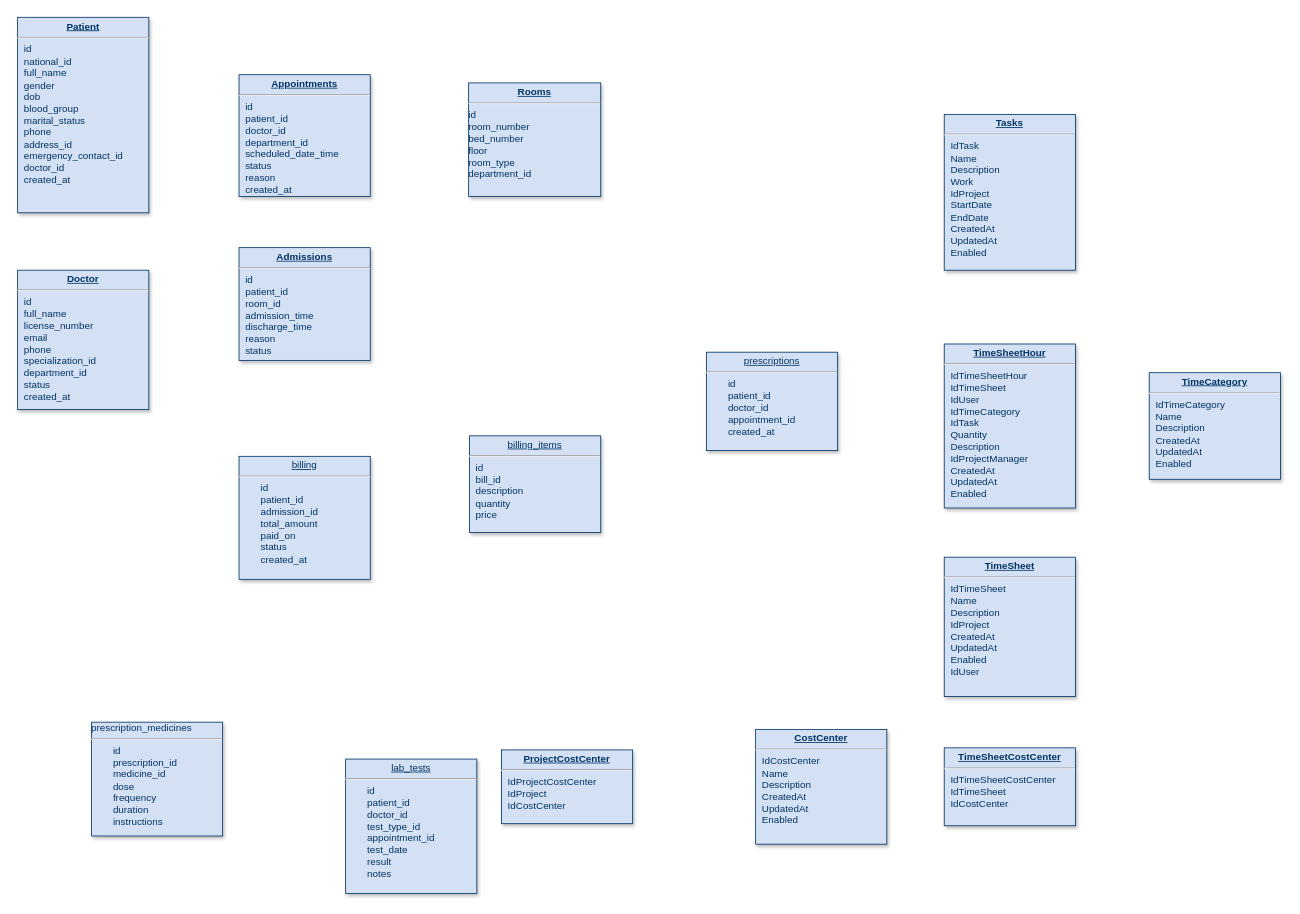
Above: Untitled Diagram.drawio in fiafghan/emr-backend-laravel (draw.io), before the change. Source tidied: cells renumbered, new cells numbered last; positions are measured from the earlier drawing's top-left corner, leaving out a move shared by most shapes. Both pictures are drawn from the tidied source at 82%, with x=0, y=0 at pixel (17, 17).
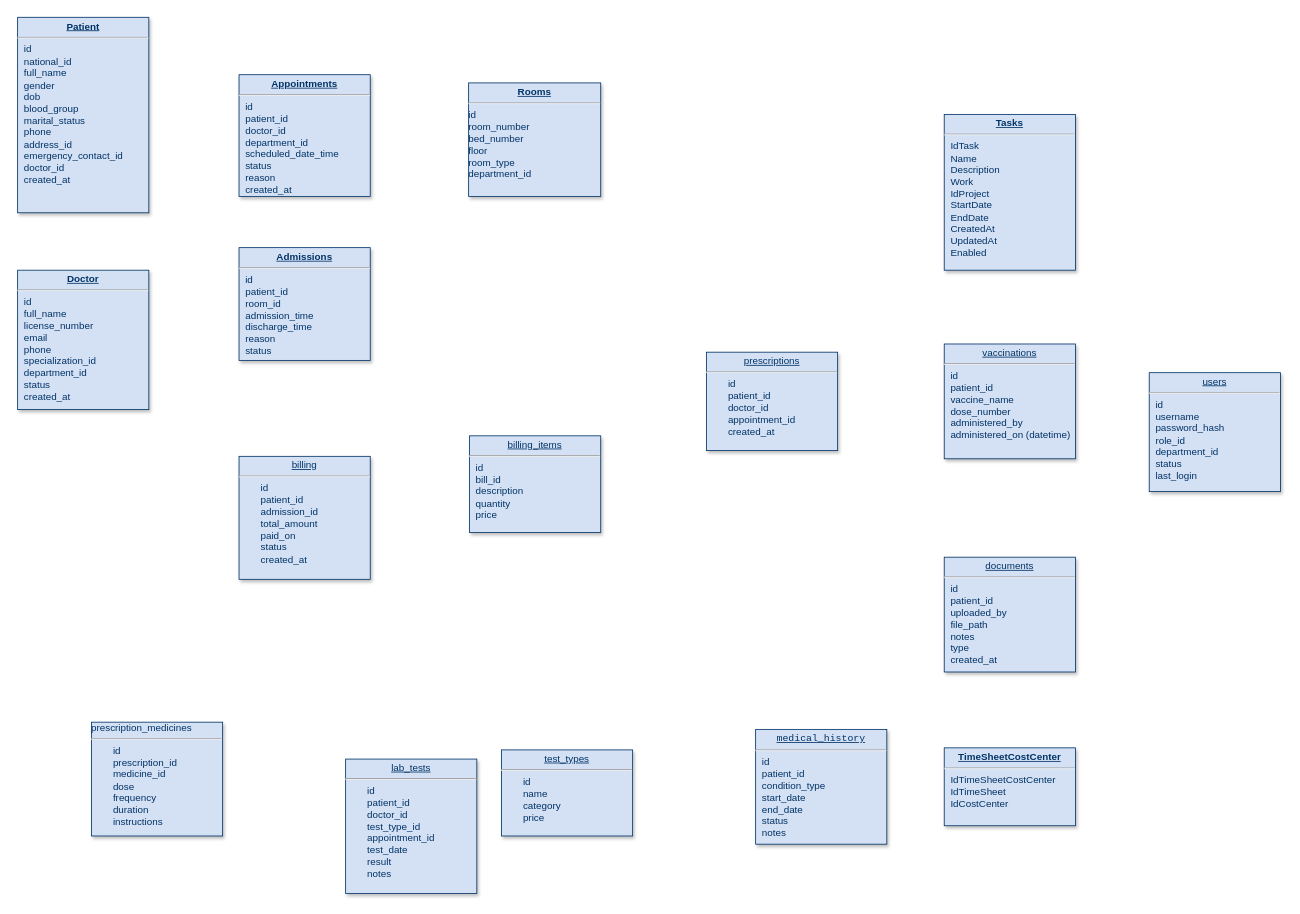
Above is the later version.

The edit, as a diff of the source:
```diff
@@
 <mxGraphModel>
   <root>
     <mxCell id="0" />
     <mxCell id="1" parent="0" />
     <mxCell id="2" value="&lt;p style=&quot;margin: 4px 0px 0px; text-align: center; text-decoration: underline;&quot;&gt;&lt;strong&gt;Appointments&lt;br&gt;&lt;/strong&gt;&lt;/p&gt;&lt;hr&gt;&lt;p style=&quot;margin: 0px; margin-left: 8px;&quot;&gt;id&lt;/p&gt;&lt;p style=&quot;margin: 0px; margin-left: 8px;&quot;&gt;patient_id&lt;/p&gt;&lt;p style=&quot;margin: 0px; margin-left: 8px;&quot;&gt;doctor_id&lt;/p&gt;&lt;p style=&quot;margin: 0px; margin-left: 8px;&quot;&gt;department_id&lt;/p&gt;&lt;p style=&quot;margin: 0px; margin-left: 8px;&quot;&gt;scheduled_date_time&lt;/p&gt;&lt;p style=&quot;margin: 0px; margin-left: 8px;&quot;&gt;status&lt;/p&gt;&lt;p style=&quot;margin: 0px; margin-left: 8px;&quot;&gt;reason&lt;/p&gt;&lt;p style=&quot;margin: 0px; margin-left: 8px;&quot;&gt;created_at&lt;br&gt;&lt;/p&gt;" style="verticalAlign=top;align=left;overflow=fill;fontSize=12;fontFamily=Helvetica;html=1;strokeColor=#003366;shadow=1;fillColor=#D4E1F5;fontColor=#003366;" parent="1" vertex="1">
       <mxGeometry x="270" y="69.6" width="160" height="148.4" as="geometry" />
     </mxCell>
     <mxCell id="3" value="&lt;p style=&quot;margin: 4px 0px 0px; text-align: center; text-decoration: underline;&quot;&gt;&lt;strong&gt;Admissions&lt;br&gt;&lt;/strong&gt;&lt;/p&gt;&lt;hr&gt;&lt;p style=&quot;margin: 0px; margin-left: 8px;&quot;&gt;id&lt;/p&gt;&lt;p style=&quot;margin: 0px; margin-left: 8px;&quot;&gt;patient_id&lt;/p&gt;&lt;p style=&quot;margin: 0px; margin-left: 8px;&quot;&gt;room_id&lt;/p&gt;&lt;p style=&quot;margin: 0px; margin-left: 8px;&quot;&gt;admission_time&lt;/p&gt;&lt;p style=&quot;margin: 0px; margin-left: 8px;&quot;&gt;discharge_time&lt;/p&gt;&lt;p style=&quot;margin: 0px; margin-left: 8px;&quot;&gt;reason&lt;/p&gt;&lt;p style=&quot;margin: 0px; margin-left: 8px;&quot;&gt;status&lt;br&gt;&lt;/p&gt;" style="verticalAlign=top;align=left;overflow=fill;fontSize=12;fontFamily=Helvetica;html=1;strokeColor=#003366;shadow=1;fillColor=#D4E1F5;fontColor=#003366;" parent="1" vertex="1">
       <mxGeometry x="270" y="280.5" width="160" height="137.5" as="geometry" />
     </mxCell>
     <mxCell id="4" value="&lt;p style=&quot;margin: 4px 0px 0px; text-align: center; text-decoration: underline;&quot;&gt;&lt;strong&gt;Doctor&lt;br&gt;&lt;/strong&gt;&lt;/p&gt;&lt;hr&gt;&lt;p style=&quot;margin: 0px; margin-left: 8px;&quot;&gt;id&lt;/p&gt;&lt;p style=&quot;margin: 0px; margin-left: 8px;&quot;&gt;full_name&lt;/p&gt;&lt;p style=&quot;margin: 0px; margin-left: 8px;&quot;&gt;license_number&lt;/p&gt;&lt;p style=&quot;margin: 0px; margin-left: 8px;&quot;&gt;email&lt;/p&gt;&lt;p style=&quot;margin: 0px; margin-left: 8px;&quot;&gt;phone&lt;/p&gt;&lt;p style=&quot;margin: 0px; margin-left: 8px;&quot;&gt;specialization_id&lt;/p&gt;&lt;p style=&quot;margin: 0px; margin-left: 8px;&quot;&gt;department_id&lt;/p&gt;&lt;p style=&quot;margin: 0px; margin-left: 8px;&quot;&gt;status&lt;/p&gt;&lt;p style=&quot;margin: 0px; margin-left: 8px;&quot;&gt;created_at&lt;br&gt;&lt;/p&gt;" style="verticalAlign=top;align=left;overflow=fill;fontSize=12;fontFamily=Helvetica;html=1;strokeColor=#003366;shadow=1;fillColor=#D4E1F5;fontColor=#003366;" parent="1" vertex="1">
       <mxGeometry y="308" width="160" height="170" as="geometry" />
     </mxCell>
     <mxCell id="5" value="&lt;p style=&quot;margin: 4px 0px 0px; text-align: center; text-decoration: underline;&quot;&gt;prescriptions&lt;/p&gt;&lt;hr&gt;&lt;div&gt;&lt;span style=&quot;white-space: pre;&quot;&gt;&#9;&lt;/span&gt;id&lt;/div&gt;&lt;div&gt;&lt;span style=&quot;white-space: pre;&quot;&gt;&#9;&lt;/span&gt;patient_id&lt;/div&gt;&lt;div&gt;&lt;span style=&quot;white-space: pre;&quot;&gt;&#9;&lt;/span&gt;doctor_id&lt;/div&gt;&lt;div&gt;&lt;span style=&quot;white-space: pre;&quot;&gt;&#9;&lt;/span&gt;appointment_id&lt;/div&gt;&lt;div&gt;&lt;span style=&quot;white-space: pre;&quot;&gt;&#9;&lt;/span&gt;created_at&lt;/div&gt;" style="verticalAlign=top;align=left;overflow=fill;fontSize=12;fontFamily=Helvetica;html=1;strokeColor=#003366;shadow=1;fillColor=#D4E1F5;fontColor=#003366;" parent="1" vertex="1">
       <mxGeometry x="840" y="408" width="160" height="120" as="geometry" />
     </mxCell>
     <mxCell id="6" value="&lt;p style=&quot;margin: 4px 0px 0px; text-align: center; text-decoration: underline;&quot;&gt;&lt;strong&gt;Rooms&lt;/strong&gt;&lt;/p&gt;&lt;hr&gt;&lt;div&gt;id&lt;/div&gt;&lt;div&gt;room_number&lt;/div&gt;&lt;div&gt;bed_number&lt;/div&gt;&lt;div&gt;floor&lt;/div&gt;&lt;div&gt;room_type&lt;/div&gt;&lt;div&gt;department_id&lt;br&gt;&lt;/div&gt;" style="verticalAlign=top;align=left;overflow=fill;fontSize=12;fontFamily=Helvetica;html=1;strokeColor=#003366;shadow=1;fillColor=#D4E1F5;fontColor=#003366;" parent="1" vertex="1">
       <mxGeometry x="550" y="79.6" width="161.1" height="138.4" as="geometry" />
     </mxCell>
     <mxCell id="7" value="&lt;p style=&quot;margin: 4px 0px 0px; text-align: center; text-decoration: underline;&quot;&gt;billing&lt;/p&gt;&lt;hr&gt;&lt;div&gt;&lt;span style=&quot;white-space: pre;&quot;&gt;&#9;&lt;/span&gt;id&lt;/div&gt;&lt;div&gt;&lt;span style=&quot;white-space: pre;&quot;&gt;&#9;&lt;/span&gt;patient_id&lt;/div&gt;&lt;div&gt;&lt;span style=&quot;white-space: pre;&quot;&gt;&#9;&lt;/span&gt;admission_id&lt;/div&gt;&lt;div&gt;&lt;span style=&quot;white-space: pre;&quot;&gt;&#9;&lt;/span&gt;total_amount&lt;/div&gt;&lt;div&gt;&lt;span style=&quot;white-space: pre;&quot;&gt;&#9;&lt;/span&gt;paid_on&lt;/div&gt;&lt;div&gt;&lt;span style=&quot;white-space: pre;&quot;&gt;&#9;&lt;/span&gt;status&lt;/div&gt;&lt;div&gt;&lt;span style=&quot;white-space: pre;&quot;&gt;&#9;&lt;/span&gt;created_at&lt;/div&gt;" style="verticalAlign=top;align=left;overflow=fill;fontSize=12;fontFamily=Helvetica;html=1;strokeColor=#003366;shadow=1;fillColor=#D4E1F5;fontColor=#003366;" parent="1" vertex="1">
       <mxGeometry x="270" y="535" width="160" height="150" as="geometry" />
     </mxCell>
     <mxCell id="8" value="&lt;p style=&quot;margin: 4px 0px 0px; text-align: center; text-decoration: underline;&quot;&gt;&lt;strong&gt;Patient&lt;br&gt;&lt;/strong&gt;&lt;/p&gt;&lt;hr&gt;&lt;p style=&quot;margin: 0px; margin-left: 8px;&quot;&gt;id&lt;span style=&quot;white-space: pre;&quot;&gt;&#9;&lt;/span&gt;&lt;br&gt;&lt;/p&gt;&lt;p style=&quot;margin: 0px; margin-left: 8px;&quot;&gt;national_id&lt;br&gt;&lt;/p&gt;&lt;p style=&quot;margin: 0px; margin-left: 8px;&quot;&gt;full_name&lt;br&gt;&lt;/p&gt;&lt;p style=&quot;margin: 0px; margin-left: 8px;&quot;&gt;gender&lt;br&gt;&lt;/p&gt;&lt;p style=&quot;margin: 0px; margin-left: 8px;&quot;&gt;dob&lt;br&gt;&lt;/p&gt;&lt;p style=&quot;margin: 0px; margin-left: 8px;&quot;&gt;blood_group&lt;br&gt;&lt;/p&gt;&lt;p style=&quot;margin: 0px; margin-left: 8px;&quot;&gt;marital_status&lt;br&gt;&lt;/p&gt;&lt;p style=&quot;margin: 0px; margin-left: 8px;&quot;&gt;phone&lt;/p&gt;&lt;p style=&quot;margin: 0px; margin-left: 8px;&quot;&gt;address_id&lt;/p&gt;&lt;p style=&quot;margin: 0px; margin-left: 8px;&quot;&gt;emergency_contact_id&lt;/p&gt;&lt;p style=&quot;margin: 0px; margin-left: 8px;&quot;&gt;doctor_id&lt;/p&gt;&lt;p style=&quot;margin: 0px; margin-left: 8px;&quot;&gt;created_at&lt;br&gt;&lt;/p&gt;" style="verticalAlign=top;align=left;overflow=fill;fontSize=12;fontFamily=Helvetica;html=1;strokeColor=#003366;shadow=1;fillColor=#D4E1F5;fontColor=#003366;" parent="1" vertex="1">
       <mxGeometry y="-0.4" width="160" height="238.4" as="geometry" />
     </mxCell>
-    <mxCell id="9" value="&lt;p style=&quot;margin: 0px; margin-top: 4px; text-align: center; text-decoration: underline;&quot;&gt;&lt;strong&gt;TimeSheet&lt;/strong&gt;&lt;/p&gt;&lt;hr /&gt;&lt;p style=&quot;margin: 0px; margin-left: 8px;&quot;&gt;IdTimeSheet&lt;/p&gt;&lt;p style=&quot;margin: 0px; margin-left: 8px;&quot;&gt;Name&lt;/p&gt;&lt;p style=&quot;margin: 0px; margin-left: 8px;&quot;&gt;Description&lt;/p&gt;&lt;p style=&quot;margin: 0px; margin-left: 8px;&quot;&gt;IdProject&lt;/p&gt;&lt;p style=&quot;margin: 0px; margin-left: 8px;&quot;&gt;CreatedAt&lt;/p&gt;&lt;p style=&quot;margin: 0px; margin-left: 8px;&quot;&gt;UpdatedAt&lt;/p&gt;&lt;p style=&quot;margin: 0px; margin-left: 8px;&quot;&gt;Enabled&lt;/p&gt;&lt;p style=&quot;margin: 0px; margin-left: 8px;&quot;&gt;IdUser&lt;/p&gt;" style="verticalAlign=top;align=left;overflow=fill;fontSize=12;fontFamily=Helvetica;html=1;strokeColor=#003366;shadow=1;fillColor=#D4E1F5;fontColor=#003366;" parent="1" vertex="1">
-      <mxGeometry x="1130" y="658" width="160" height="170" as="geometry" />
+    <mxCell id="9" value="&lt;p style=&quot;margin: 4px 0px 0px; text-align: center; text-decoration: underline;&quot;&gt;documents&lt;/p&gt;&lt;hr&gt;&lt;p style=&quot;margin: 0px; margin-left: 8px;&quot;&gt;id&lt;/p&gt;&lt;p style=&quot;margin: 0px; margin-left: 8px;&quot;&gt;patient_id&lt;/p&gt;&lt;p style=&quot;margin: 0px; margin-left: 8px;&quot;&gt;uploaded_by&lt;/p&gt;&lt;p style=&quot;margin: 0px; margin-left: 8px;&quot;&gt;file_path&lt;br&gt;notes&lt;/p&gt;&lt;p style=&quot;margin: 0px; margin-left: 8px;&quot;&gt;type&lt;/p&gt;&lt;p style=&quot;margin: 0px; margin-left: 8px;&quot;&gt;created_at&lt;/p&gt;" style="verticalAlign=top;align=left;overflow=fill;fontSize=12;fontFamily=Helvetica;html=1;strokeColor=#003366;shadow=1;fillColor=#D4E1F5;fontColor=#003366;" parent="1" vertex="1">
+      <mxGeometry x="1130" y="658" width="160" height="140" as="geometry" />
     </mxCell>
-    <mxCell id="10" value="&lt;p style=&quot;margin: 0px; margin-top: 4px; text-align: center; text-decoration: underline;&quot;&gt;&lt;strong&gt;TimeSheetHour&lt;/strong&gt;&lt;/p&gt;&lt;hr /&gt;&lt;p style=&quot;margin: 0px; margin-left: 8px;&quot;&gt;IdTimeSheetHour&lt;br /&gt;IdTimeSheet&lt;/p&gt;&lt;p style=&quot;margin: 0px; margin-left: 8px;&quot;&gt;IdUser&lt;/p&gt;&lt;p style=&quot;margin: 0px; margin-left: 8px;&quot;&gt;IdTimeCategory&lt;/p&gt;&lt;p style=&quot;margin: 0px; margin-left: 8px;&quot;&gt;IdTask&lt;/p&gt;&lt;p style=&quot;margin: 0px; margin-left: 8px;&quot;&gt;Quantity&lt;/p&gt;&lt;p style=&quot;margin: 0px; margin-left: 8px;&quot;&gt;Description&lt;/p&gt;&lt;p style=&quot;margin: 0px; margin-left: 8px;&quot;&gt;IdProjectManager&lt;/p&gt;&lt;p style=&quot;margin: 0px; margin-left: 8px;&quot;&gt;CreatedAt&lt;/p&gt;&lt;p style=&quot;margin: 0px; margin-left: 8px;&quot;&gt;UpdatedAt&lt;/p&gt;&lt;p style=&quot;margin: 0px; margin-left: 8px;&quot;&gt;Enabled&lt;/p&gt;" style="verticalAlign=top;align=left;overflow=fill;fontSize=12;fontFamily=Helvetica;html=1;strokeColor=#003366;shadow=1;fillColor=#D4E1F5;fontColor=#003366;" parent="1" vertex="1">
-      <mxGeometry x="1130" y="398" width="160" height="200" as="geometry" />
+    <mxCell id="10" value="&lt;p style=&quot;margin: 4px 0px 0px; text-align: center; text-decoration: underline;&quot;&gt;vaccinations&lt;/p&gt;&lt;hr&gt;&lt;p style=&quot;margin: 0px; margin-left: 8px;&quot;&gt;id&lt;/p&gt;&lt;p style=&quot;margin: 0px; margin-left: 8px;&quot;&gt;patient_id&lt;/p&gt;&lt;p style=&quot;margin: 0px; margin-left: 8px;&quot;&gt;vaccine_name&lt;/p&gt;&lt;p style=&quot;margin: 0px; margin-left: 8px;&quot;&gt;dose_number&lt;/p&gt;&lt;p style=&quot;margin: 0px; margin-left: 8px;&quot;&gt;administered_by&lt;/p&gt;&lt;p style=&quot;margin: 0px; margin-left: 8px;&quot;&gt;administered_on (datetime)&lt;br&gt;&lt;/p&gt;" style="verticalAlign=top;align=left;overflow=fill;fontSize=12;fontFamily=Helvetica;html=1;strokeColor=#003366;shadow=1;fillColor=#D4E1F5;fontColor=#003366;" parent="1" vertex="1">
+      <mxGeometry x="1130" y="398" width="160" height="140" as="geometry" />
     </mxCell>
     <mxCell id="11" value="prescription_medicines&lt;hr&gt;&lt;div&gt;&lt;span style=&quot;white-space: pre;&quot;&gt;&#9;&lt;/span&gt;id&lt;/div&gt;&lt;div&gt;&lt;span style=&quot;white-space: pre;&quot;&gt;&#9;&lt;/span&gt;prescription_id&lt;/div&gt;&lt;div&gt;&lt;span style=&quot;white-space: pre;&quot;&gt;&#9;&lt;/span&gt;medicine_id&lt;/div&gt;&lt;div&gt;&lt;span style=&quot;white-space: pre;&quot;&gt;&#9;&lt;/span&gt;dose&lt;/div&gt;&lt;div&gt;&lt;span style=&quot;white-space: pre;&quot;&gt;&#9;&lt;/span&gt;frequency&lt;/div&gt;&lt;div&gt;&lt;span style=&quot;white-space: pre;&quot;&gt;&#9;&lt;/span&gt;duration&lt;/div&gt;&lt;div&gt;&lt;span style=&quot;white-space: pre;&quot;&gt;&#9;&lt;/span&gt;instructions&lt;/div&gt;" style="verticalAlign=top;align=left;overflow=fill;fontSize=12;fontFamily=Helvetica;html=1;strokeColor=#003366;shadow=1;fillColor=#D4E1F5;fontColor=#003366;" parent="1" vertex="1">
       <mxGeometry x="90" y="859.2" width="160" height="138.8" as="geometry" />
     </mxCell>
     <mxCell id="12" value="&lt;p style=&quot;margin: 4px 0px 0px; text-align: center; text-decoration: underline;&quot;&gt;billing_items&lt;/p&gt;&lt;hr&gt;&lt;p style=&quot;margin: 0px; margin-left: 8px;&quot;&gt;id&lt;/p&gt;&lt;p style=&quot;margin: 0px; margin-left: 8px;&quot;&gt;bill_id&lt;/p&gt;&lt;p style=&quot;margin: 0px; margin-left: 8px;&quot;&gt;description&lt;/p&gt;&lt;p style=&quot;margin: 0px; margin-left: 8px;&quot;&gt;quantity&lt;/p&gt;&lt;p style=&quot;margin: 0px; margin-left: 8px;&quot;&gt;price&lt;/p&gt;" style="verticalAlign=top;align=left;overflow=fill;fontSize=12;fontFamily=Helvetica;html=1;strokeColor=#003366;shadow=1;fillColor=#D4E1F5;fontColor=#003366;" parent="1" vertex="1">
       <mxGeometry x="551.1" y="510" width="160" height="118" as="geometry" />
     </mxCell>
-    <mxCell id="13" value="&lt;p style=&quot;margin: 0px; margin-top: 4px; text-align: center; text-decoration: underline;&quot;&gt;&lt;strong&gt;TimeCategory&lt;/strong&gt;&lt;/p&gt;&lt;hr /&gt;&lt;p style=&quot;margin: 0px; margin-left: 8px;&quot;&gt;IdTimeCategory&lt;/p&gt;&lt;p style=&quot;margin: 0px; margin-left: 8px;&quot;&gt;Name&lt;/p&gt;&lt;p style=&quot;margin: 0px; margin-left: 8px;&quot;&gt;Description&lt;/p&gt;&lt;p style=&quot;margin: 0px; margin-left: 8px;&quot;&gt;CreatedAt&lt;/p&gt;&lt;p style=&quot;margin: 0px; margin-left: 8px;&quot;&gt;UpdatedAt&lt;/p&gt;&lt;p style=&quot;margin: 0px; margin-left: 8px;&quot;&gt;Enabled&lt;/p&gt;" style="verticalAlign=top;align=left;overflow=fill;fontSize=12;fontFamily=Helvetica;html=1;strokeColor=#003366;shadow=1;fillColor=#D4E1F5;fontColor=#003366;" parent="1" vertex="1">
-      <mxGeometry x="1380" y="433" width="160" height="130" as="geometry" />
+    <mxCell id="13" value="&lt;p style=&quot;margin: 4px 0px 0px; text-align: center; text-decoration: underline;&quot;&gt;users&lt;/p&gt;&lt;hr&gt;&lt;p style=&quot;margin: 0px; margin-left: 8px;&quot;&gt;id&lt;/p&gt;&lt;p style=&quot;margin: 0px; margin-left: 8px;&quot;&gt;username&lt;/p&gt;&lt;p style=&quot;margin: 0px; margin-left: 8px;&quot;&gt;password_hash&lt;/p&gt;&lt;p style=&quot;margin: 0px; margin-left: 8px;&quot;&gt;role_id&lt;/p&gt;&lt;p style=&quot;margin: 0px; margin-left: 8px;&quot;&gt;department_id&lt;/p&gt;&lt;p style=&quot;margin: 0px; margin-left: 8px;&quot;&gt;status&lt;/p&gt;&lt;p style=&quot;margin: 0px; margin-left: 8px;&quot;&gt;last_login&lt;/p&gt;" style="verticalAlign=top;align=left;overflow=fill;fontSize=12;fontFamily=Helvetica;html=1;strokeColor=#003366;shadow=1;fillColor=#D4E1F5;fontColor=#003366;" parent="1" vertex="1">
+      <mxGeometry x="1380" y="433" width="160" height="145" as="geometry" />
     </mxCell>
     <mxCell id="14" value="&lt;p style=&quot;margin: 0px; margin-top: 4px; text-align: center; text-decoration: underline;&quot;&gt;&lt;strong&gt;TimeSheetCostCenter&lt;/strong&gt;&lt;/p&gt;&lt;hr /&gt;&lt;p style=&quot;margin: 0px; margin-left: 8px;&quot;&gt;IdTimeSheetCostCenter&lt;/p&gt;&lt;p style=&quot;margin: 0px; margin-left: 8px;&quot;&gt;IdTimeSheet&lt;/p&gt;&lt;p style=&quot;margin: 0px; margin-left: 8px;&quot;&gt;IdCostCenter&lt;/p&gt;" style="verticalAlign=top;align=left;overflow=fill;fontSize=12;fontFamily=Helvetica;html=1;strokeColor=#003366;shadow=1;fillColor=#D4E1F5;fontColor=#003366;" parent="1" vertex="1">
       <mxGeometry x="1130" y="890.5" width="160" height="95" as="geometry" />
     </mxCell>
-    <mxCell id="15" value="&lt;p style=&quot;margin: 0px; margin-top: 4px; text-align: center; text-decoration: underline;&quot;&gt;&lt;strong&gt;CostCenter&lt;/strong&gt;&lt;/p&gt;&lt;hr /&gt;&lt;p style=&quot;margin: 0px; margin-left: 8px;&quot;&gt;IdCostCenter&lt;/p&gt;&lt;p style=&quot;margin: 0px; margin-left: 8px;&quot;&gt;Name&lt;/p&gt;&lt;p style=&quot;margin: 0px; margin-left: 8px;&quot;&gt;Description&lt;/p&gt;&lt;p style=&quot;margin: 0px; margin-left: 8px;&quot;&gt;CreatedAt&lt;/p&gt;&lt;p style=&quot;margin: 0px; margin-left: 8px;&quot;&gt;UpdatedAt&lt;/p&gt;&lt;p style=&quot;margin: 0px; margin-left: 8px;&quot;&gt;Enabled&lt;/p&gt;" style="verticalAlign=top;align=left;overflow=fill;fontSize=12;fontFamily=Helvetica;html=1;strokeColor=#003366;shadow=1;fillColor=#D4E1F5;fontColor=#003366;" parent="1" vertex="1">
+    <mxCell id="15" value="&lt;p style=&quot;margin: 4px 0px 0px; text-align: center; text-decoration: underline;&quot;&gt;&lt;code&gt;medical_history&lt;/code&gt;&lt;/p&gt;&lt;hr&gt;&lt;p style=&quot;margin: 0px; margin-left: 8px;&quot;&gt;id&lt;/p&gt;&lt;p style=&quot;margin: 0px; margin-left: 8px;&quot;&gt;patient_id&lt;/p&gt;&lt;p style=&quot;margin: 0px; margin-left: 8px;&quot;&gt;condition_type&lt;/p&gt;&lt;p style=&quot;margin: 0px; margin-left: 8px;&quot;&gt;start_date&lt;/p&gt;&lt;p style=&quot;margin: 0px; margin-left: 8px;&quot;&gt;end_date&lt;/p&gt;&lt;p style=&quot;margin: 0px; margin-left: 8px;&quot;&gt;status&lt;/p&gt;&lt;p style=&quot;margin: 0px; margin-left: 8px;&quot;&gt;notes&lt;br&gt;&lt;/p&gt;" style="verticalAlign=top;align=left;overflow=fill;fontSize=12;fontFamily=Helvetica;html=1;strokeColor=#003366;shadow=1;fillColor=#D4E1F5;fontColor=#003366;" parent="1" vertex="1">
       <mxGeometry x="900" y="868" width="160" height="140" as="geometry" />
     </mxCell>
-    <mxCell id="16" value="&lt;p style=&quot;margin: 0px; margin-top: 4px; text-align: center; text-decoration: underline;&quot;&gt;&lt;strong&gt;ProjectCostCenter&lt;/strong&gt;&lt;/p&gt;&lt;hr /&gt;&lt;p style=&quot;margin: 0px; margin-left: 8px;&quot;&gt;IdProjectCostCenter&lt;/p&gt;&lt;p style=&quot;margin: 0px; margin-left: 8px;&quot;&gt;IdProject&lt;/p&gt;&lt;p style=&quot;margin: 0px; margin-left: 8px;&quot;&gt;IdCostCenter&lt;/p&gt;" style="verticalAlign=top;align=left;overflow=fill;fontSize=12;fontFamily=Helvetica;html=1;strokeColor=#003366;shadow=1;fillColor=#D4E1F5;fontColor=#003366;" parent="1" vertex="1">
-      <mxGeometry x="590" y="893" width="160" height="90" as="geometry" />
+    <mxCell id="16" value="&lt;p style=&quot;margin: 4px 0px 0px; text-align: center; text-decoration: underline;&quot;&gt;test_types&lt;/p&gt;&lt;hr&gt;&lt;div&gt;&lt;span style=&quot;white-space: pre;&quot;&gt;&#9;&lt;/span&gt;id&lt;/div&gt;&lt;div&gt;&lt;span style=&quot;white-space: pre;&quot;&gt;&#9;&lt;/span&gt;name&lt;/div&gt;&lt;div&gt;&lt;span style=&quot;white-space: pre;&quot;&gt;&#9;&lt;/span&gt;category&lt;/div&gt;&lt;div&gt;&lt;span style=&quot;white-space: pre;&quot;&gt;&#9;price&lt;/span&gt;&lt;br&gt;&lt;/div&gt;" style="verticalAlign=top;align=left;overflow=fill;fontSize=12;fontFamily=Helvetica;html=1;strokeColor=#003366;shadow=1;fillColor=#D4E1F5;fontColor=#003366;" parent="1" vertex="1">
+      <mxGeometry x="590" y="893" width="160" height="105" as="geometry" />
     </mxCell>
     <mxCell id="17" value="&lt;p style=&quot;margin: 4px 0px 0px; text-align: center; text-decoration: underline;&quot;&gt;lab_tests&lt;/p&gt;&lt;hr&gt;&lt;div&gt;&lt;span style=&quot;white-space: pre;&quot;&gt;&#9;&lt;/span&gt;id&lt;/div&gt;&lt;div&gt;&lt;span style=&quot;white-space: pre;&quot;&gt;&#9;&lt;/span&gt;patient_id&lt;/div&gt;&lt;div&gt;&lt;span style=&quot;white-space: pre;&quot;&gt;&#9;&lt;/span&gt;doctor_id&lt;/div&gt;&lt;div&gt;&lt;span style=&quot;white-space: pre;&quot;&gt;&#9;&lt;/span&gt;test_type_id&lt;/div&gt;&lt;div&gt;&lt;span style=&quot;white-space: pre;&quot;&gt;&#9;&lt;/span&gt;appointment_id&lt;/div&gt;&lt;div&gt;&lt;span style=&quot;white-space: pre;&quot;&gt;&#9;&lt;/span&gt;test_date&lt;/div&gt;&lt;div&gt;&lt;span style=&quot;white-space: pre;&quot;&gt;&#9;&lt;/span&gt;result&lt;/div&gt;&lt;div&gt;&lt;span style=&quot;white-space: pre;&quot;&gt;&#9;&lt;/span&gt;notes&lt;/div&gt;" style="verticalAlign=top;align=left;overflow=fill;fontSize=12;fontFamily=Helvetica;html=1;strokeColor=#003366;shadow=1;fillColor=#D4E1F5;fontColor=#003366;" parent="1" vertex="1">
       <mxGeometry x="400" y="904.2" width="160" height="163.8" as="geometry" />
     </mxCell>
     <mxCell id="18" value="&lt;p style=&quot;margin: 0px; margin-top: 4px; text-align: center; text-decoration: underline;&quot;&gt;&lt;strong&gt;Tasks&lt;/strong&gt;&lt;/p&gt;&lt;hr /&gt;&lt;p style=&quot;margin: 0px; margin-left: 8px;&quot;&gt;IdTask&lt;/p&gt;&lt;p style=&quot;margin: 0px; margin-left: 8px;&quot;&gt;Name&lt;/p&gt;&lt;p style=&quot;margin: 0px; margin-left: 8px;&quot;&gt;Description&lt;/p&gt;&lt;p style=&quot;margin: 0px; margin-left: 8px;&quot;&gt;Work&lt;/p&gt;&lt;p style=&quot;margin: 0px; margin-left: 8px;&quot;&gt;IdProject&lt;/p&gt;&lt;p style=&quot;margin: 0px; margin-left: 8px;&quot;&gt;StartDate&lt;/p&gt;&lt;p style=&quot;margin: 0px; margin-left: 8px;&quot;&gt;EndDate&lt;/p&gt;&lt;p style=&quot;margin: 0px; margin-left: 8px;&quot;&gt;CreatedAt&lt;/p&gt;&lt;p style=&quot;margin: 0px; margin-left: 8px;&quot;&gt;UpdatedAt&lt;/p&gt;&lt;p style=&quot;margin: 0px; margin-left: 8px;&quot;&gt;Enabled&lt;/p&gt;" style="verticalAlign=top;align=left;overflow=fill;fontSize=12;fontFamily=Helvetica;html=1;strokeColor=#003366;shadow=1;fillColor=#D4E1F5;fontColor=#003366;" parent="1" vertex="1">
       <mxGeometry x="1130" y="118" width="160" height="190" as="geometry" />
     </mxCell>
   </root>
 </mxGraphModel>
```
